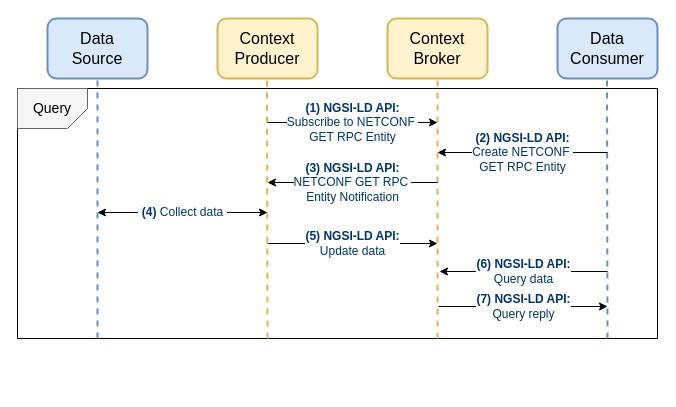
giros-dit/yang-to-ngsi-ld keeps this draw.io diagram as page "data-materialization-workflow-query" (3 of 12) of ngsi-ld/information-models/summary-workflows-ndt-network-data-acquisition-automation.drawio. Above is the earlier version. Source tidied: cells renumbered, new cells numbered last; positions are measured from the earlier drawing's top-left corner, leaving out a move shared by most shapes. Both pictures are drawn from the tidied source at 100%, with x=0, y=0 at pixel (17, 18).
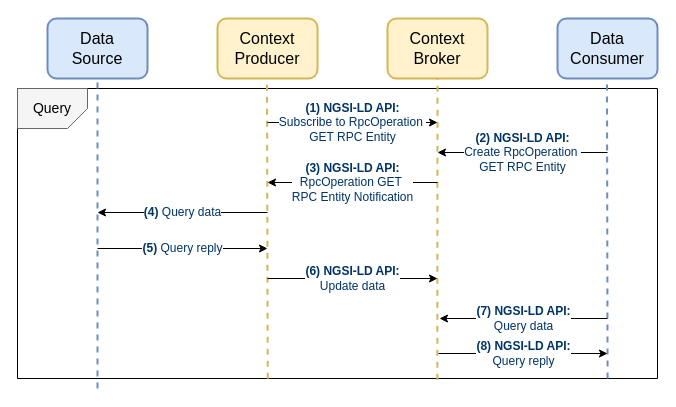
After the change.

The change refers to these unchanged cells:
```xml
<mxCell id="5" value="&lt;span style=&quot;font-weight: normal; font-size: 16px;&quot;&gt;Data&lt;br style=&quot;&quot;&gt;Source&lt;/span&gt;" style="rounded=1;whiteSpace=wrap;html=1;fillColor=#dae8fc;strokeColor=#6c8ebf;fontStyle=1;fontSize=15;strokeWidth=2;" parent="1" vertex="1">
  <mxGeometry x="30" width="100" height="60" as="geometry" />
</mxCell>
<mxCell id="15" value="Context&lt;br style=&quot;font-size: 16px;&quot;&gt;Broker" style="rounded=1;whiteSpace=wrap;html=1;fillColor=#fff2cc;strokeColor=#d6b656;fontStyle=0;fontSize=16;strokeWidth=2;" parent="1" vertex="1">
  <mxGeometry x="370" width="100" height="60" as="geometry" />
</mxCell>
```

The edit, as a diff of the source:
```diff
@@
     <mxCell id="2" style="verticalLabelPosition=bottom;verticalAlign=top;html=1;shape=mxgraph.basic.rect;fillColor2=none;strokeWidth=1;size=20;indent=5;" parent="1" vertex="1">
-      <mxGeometry y="70" width="640" height="250" as="geometry" />
+      <mxGeometry y="70" width="640" height="290" as="geometry" />
     </mxCell>
@@
     <mxCell id="7" style="endArrow=none;dashed=1;html=1;rounded=0;entryX=0.5;entryY=1;entryDx=0;entryDy=0;fillColor=#dae8fc;strokeColor=#6c8ebf;strokeWidth=2;" parent="1" edge="1" target="5">
       <mxGeometry relative="1" as="geometry">
-        <mxPoint x="80" y="320" as="sourcePoint" />
+        <mxPoint x="80" y="370" as="sourcePoint" />
       </mxGeometry>
     </mxCell>
-    <mxCell id="8" style="endArrow=none;dashed=1;html=1;rounded=0;entryX=0.5;entryY=1;entryDx=0;entryDy=0;fillColor=#dae8fc;strokeColor=#6c8ebf;strokeWidth=2;" parent="1" edge="1">
+    <mxCell id="8" style="endArrow=none;dashed=1;html=1;rounded=0;entryX=0.5;entryY=1;entryDx=0;entryDy=0;fillColor=#dae8fc;strokeColor=#6c8ebf;strokeWidth=2;exitX=0.922;exitY=1;exitDx=0;exitDy=0;exitPerimeter=0;" parent="1" edge="1" source="2">
       <mxGeometry relative="1" as="geometry">
-        <mxPoint x="590" y="320" as="sourcePoint" />
         <mxPoint x="589.5" y="60" as="targetPoint" />
       </mxGeometry>
     </mxCell>
-    <mxCell id="9" style="endArrow=none;dashed=1;html=1;rounded=0;entryX=0.5;entryY=1;entryDx=0;entryDy=0;fillColor=#fff2cc;strokeColor=#d6b656;strokeWidth=2;" parent="1" edge="1">
+    <mxCell id="9" style="endArrow=none;dashed=1;html=1;rounded=0;entryX=0.5;entryY=1;entryDx=0;entryDy=0;fillColor=#fff2cc;strokeColor=#d6b656;strokeWidth=2;exitX=0.391;exitY=1.001;exitDx=0;exitDy=0;exitPerimeter=0;" parent="1" edge="1" source="2">
       <mxGeometry relative="1" as="geometry">
-        <mxPoint x="250" y="320" as="sourcePoint" />
         <mxPoint x="249.5" y="60" as="targetPoint" />
       </mxGeometry>
     </mxCell>
-    <mxCell id="10" style="endArrow=none;dashed=1;html=1;rounded=0;fillColor=#fff2cc;strokeColor=#d6b656;strokeWidth=2;entryX=0.5;entryY=1;entryDx=0;entryDy=0;" parent="1" edge="1" target="15">
-      <mxGeometry relative="1" as="geometry">
-        <mxPoint x="420" y="320" as="sourcePoint" />
-      </mxGeometry>
+    <mxCell id="10" style="endArrow=none;dashed=1;html=1;rounded=0;fillColor=#fff2cc;strokeColor=#d6b656;strokeWidth=2;entryX=0.5;entryY=1;entryDx=0;entryDy=0;exitX=0.656;exitY=1.004;exitDx=0;exitDy=0;exitPerimeter=0;" parent="1" edge="1" source="2" target="15">
+      <mxGeometry relative="1" as="geometry" />
     </mxCell>
-    <mxCell id="11" value="&lt;font style=&quot;font-size: 12px;&quot; color=&quot;#003366&quot;&gt;&amp;nbsp;&lt;b&gt;(4)&lt;/b&gt; Collect data&amp;nbsp;&lt;/font&gt;" style="endArrow=classic;html=1;rounded=0;startArrow=classic;startFill=1;" parent="1" edge="1">
-      <mxGeometry relative="1" as="geometry">
-        <mxPoint x="80" y="194" as="sourcePoint" />
-        <mxPoint x="250" y="194" as="targetPoint" />
-      </mxGeometry>
-    </mxCell>
-    <mxCell id="12" value="&lt;font style=&quot;font-size: 12px;&quot; color=&quot;#003366&quot;&gt;&lt;b style=&quot;&quot;&gt;(5) NGSI-LD API:&lt;br&gt;&lt;/b&gt;Update data&lt;/font&gt;" style="endArrow=classic;html=1;rounded=0;" parent="1" edge="1">
+    <mxCell id="12" value="&lt;font style=&quot;font-size: 12px;&quot; color=&quot;#003366&quot;&gt;&lt;b style=&quot;&quot;&gt;(6) NGSI-LD API:&lt;br&gt;&lt;/b&gt;Update data&lt;/font&gt;" style="endArrow=classic;html=1;rounded=0;" parent="1" edge="1">
       <mxGeometry relative="1" as="geometry">
-        <mxPoint x="250" y="225" as="sourcePoint" />
-        <mxPoint x="420" y="225" as="targetPoint" />
+        <mxPoint x="250" y="260" as="sourcePoint" />
+        <mxPoint x="420" y="260" as="targetPoint" />
       </mxGeometry>
     </mxCell>
-    <mxCell id="13" value="&lt;font style=&quot;font-size: 12px;&quot; color=&quot;#003366&quot;&gt;&lt;b&gt;(6) NGSI-LD API:&lt;/b&gt;&lt;br&gt;Query data&lt;/font&gt;" style="endArrow=none;html=1;rounded=0;startArrow=classic;startFill=1;endFill=0;" parent="1" edge="1">
+    <mxCell id="13" value="&lt;font style=&quot;font-size: 12px;&quot; color=&quot;#003366&quot;&gt;&lt;b&gt;(7) NGSI-LD API:&lt;/b&gt;&lt;br&gt;Query data&lt;/font&gt;" style="endArrow=none;html=1;rounded=0;startArrow=classic;startFill=1;endFill=0;" parent="1" edge="1">
       <mxGeometry relative="1" as="geometry">
-        <mxPoint x="422" y="253" as="sourcePoint" />
-        <mxPoint x="590" y="253" as="targetPoint" />
+        <mxPoint x="422" y="300" as="sourcePoint" />
+        <mxPoint x="590" y="300" as="targetPoint" />
       </mxGeometry>
     </mxCell>
-    <mxCell id="14" value="&lt;font style=&quot;font-size: 12px;&quot; color=&quot;#003366&quot;&gt;&lt;b&gt;(7) NGSI-LD API:&lt;/b&gt;&lt;br&gt;Query reply&lt;/font&gt;" style="endArrow=classic;html=1;rounded=0;startArrow=none;startFill=0;endFill=1;" parent="1" edge="1">
+    <mxCell id="14" value="&lt;font style=&quot;font-size: 12px;&quot; color=&quot;#003366&quot;&gt;&lt;b&gt;(8) NGSI-LD API:&lt;/b&gt;&lt;br&gt;Query reply&lt;/font&gt;" style="endArrow=classic;html=1;rounded=0;startArrow=none;startFill=0;endFill=1;" parent="1" edge="1">
       <mxGeometry x="0.01" relative="1" as="geometry">
-        <mxPoint x="421" y="288" as="sourcePoint" />
-        <mxPoint x="590" y="288" as="targetPoint" />
+        <mxPoint x="421" y="335" as="sourcePoint" />
+        <mxPoint x="590" y="335" as="targetPoint" />
       </mxGeometry>
     </mxCell>
@@
-    <mxCell id="17" value="&lt;font style=&quot;font-size: 12px;&quot; color=&quot;#003366&quot;&gt;&lt;b&gt;(2) NGSI-LD API:&lt;/b&gt;&lt;br&gt;&lt;/font&gt;&lt;div&gt;&lt;font style=&quot;font-size: 12px;&quot; color=&quot;#003366&quot;&gt;Create NETCONF&amp;nbsp;&lt;/font&gt;&lt;/div&gt;&lt;div&gt;&lt;font style=&quot;font-size: 12px;&quot; color=&quot;#003366&quot;&gt;GET RPC Entity&lt;/font&gt;&lt;/div&gt;" style="endArrow=none;html=1;rounded=0;startArrow=classic;startFill=1;endFill=0;" parent="1" edge="1">
+    <mxCell id="17" value="&lt;font style=&quot;font-size: 12px;&quot; color=&quot;#003366&quot;&gt;&lt;b&gt;(2) NGSI-LD API:&lt;/b&gt;&lt;br&gt;&lt;/font&gt;&lt;div&gt;&lt;div&gt;&lt;font style=&quot;font-size: 12px;&quot; color=&quot;#003366&quot;&gt;Create&amp;nbsp;&lt;/font&gt;&lt;span style=&quot;color: rgb(0, 51, 102); font-size: 12px;&quot;&gt;RpcOperation&lt;/span&gt;&lt;font style=&quot;font-size: 12px;&quot; color=&quot;#003366&quot;&gt;&amp;nbsp;&lt;/font&gt;&lt;/div&gt;&lt;div&gt;&lt;font style=&quot;font-size: 12px;&quot; color=&quot;#003366&quot;&gt;GET RPC Entity&lt;/font&gt;&lt;/div&gt;&lt;/div&gt;" style="endArrow=none;html=1;rounded=0;startArrow=classic;startFill=1;endFill=0;" parent="1" edge="1">
       <mxGeometry relative="1" as="geometry">
         <mxPoint x="420" y="134" as="sourcePoint" />
         <mxPoint x="590" y="134" as="targetPoint" />
       </mxGeometry>
     </mxCell>
-    <mxCell id="18" value="&lt;font style=&quot;font-size: 12px;&quot;&gt;&lt;b style=&quot;color: rgb(0, 51, 102);&quot;&gt;(3) NGSI-LD API:&lt;/b&gt;&lt;br style=&quot;color: rgb(0, 51, 102);&quot;&gt;&lt;span style=&quot;color: rgb(0, 51, 102);&quot;&gt;NETCONF&amp;nbsp;&lt;/span&gt;&lt;/font&gt;&lt;span style=&quot;color: rgb(0, 51, 102); font-size: 12px;&quot;&gt;GET RPC&amp;nbsp;&lt;/span&gt;&lt;div&gt;&lt;span style=&quot;color: rgb(0, 51, 102); font-size: 12px;&quot;&gt;Entity Notification&lt;/span&gt;&lt;/div&gt;" style="endArrow=none;html=1;rounded=0;startArrow=classic;startFill=1;endFill=0;" parent="1" edge="1">
+    <mxCell id="18" value="&lt;font style=&quot;font-size: 12px;&quot;&gt;&lt;b style=&quot;color: rgb(0, 51, 102);&quot;&gt;(3) NGSI-LD API:&lt;/b&gt;&lt;br style=&quot;color: rgb(0, 51, 102);&quot;&gt;&lt;span style=&quot;color: rgb(0, 51, 102);&quot;&gt;RpcOperation&lt;/span&gt;&lt;span style=&quot;color: rgb(0, 51, 102);&quot;&gt;&amp;nbsp;&lt;/span&gt;&lt;/font&gt;&lt;span style=&quot;color: rgb(0, 51, 102); font-size: 12px;&quot;&gt;GET&amp;nbsp;&lt;/span&gt;&lt;div&gt;&lt;span style=&quot;color: rgb(0, 51, 102); font-size: 12px;&quot;&gt;RPC&amp;nbsp;&lt;/span&gt;&lt;span style=&quot;color: rgb(0, 51, 102); font-size: 12px;&quot;&gt;Entity Notification&lt;/span&gt;&lt;/div&gt;" style="endArrow=none;html=1;rounded=0;startArrow=classic;startFill=1;endFill=0;" parent="1" edge="1">
       <mxGeometry relative="1" as="geometry">
         <mxPoint x="250" y="164" as="sourcePoint" />
         <mxPoint x="420" y="164" as="targetPoint" />
       </mxGeometry>
     </mxCell>
-    <mxCell id="19" value="&lt;font style=&quot;font-size: 12px;&quot; color=&quot;#003366&quot;&gt;&lt;b style=&quot;&quot;&gt;(1) NGSI-LD API:&lt;br&gt;&lt;/b&gt;Subscribe to NETCONF&amp;nbsp;&lt;/font&gt;&lt;div&gt;&lt;font style=&quot;font-size: 12px;&quot; color=&quot;#003366&quot;&gt;GET RPC Entity&lt;/font&gt;&lt;/div&gt;" style="endArrow=classic;html=1;rounded=0;" parent="1" edge="1">
+    <mxCell id="19" value="&lt;font style=&quot;font-size: 12px;&quot; color=&quot;#003366&quot;&gt;&lt;b style=&quot;&quot;&gt;(1) NGSI-LD API:&lt;br&gt;&lt;/b&gt;&lt;/font&gt;&lt;font style=&quot;font-size: 12px;&quot; color=&quot;#003366&quot;&gt;Subscribe to&amp;nbsp;&lt;/font&gt;&lt;span style=&quot;color: rgb(0, 51, 102); font-size: 12px;&quot;&gt;RpcOperation&lt;/span&gt;&lt;font style=&quot;font-size: 12px;&quot; color=&quot;#003366&quot;&gt;&amp;nbsp;&lt;/font&gt;&lt;div&gt;&lt;font style=&quot;font-size: 12px;&quot; color=&quot;#003366&quot;&gt;GET RPC Entity&lt;/font&gt;&lt;/div&gt;" style="endArrow=classic;html=1;rounded=0;" parent="1" edge="1">
       <mxGeometry relative="1" as="geometry">
         <mxPoint x="250" y="104" as="sourcePoint" />
         <mxPoint x="420" y="104" as="targetPoint" />
       </mxGeometry>
     </mxCell>
+    <mxCell id="20" value="&lt;font style=&quot;font-size: 12px;&quot;&gt;&lt;b style=&quot;color: rgb(0, 51, 102);&quot;&gt;(5) &lt;/b&gt;&lt;span style=&quot;color: rgb(0, 51, 102);&quot;&gt;Query reply&lt;/span&gt;&lt;/font&gt;" style="endArrow=classic;html=1;rounded=0;startArrow=none;startFill=0;endFill=1;" parent="1" edge="1">
+      <mxGeometry relative="1" as="geometry">
+        <mxPoint x="80" y="230" as="sourcePoint" />
+        <mxPoint x="250" y="230" as="targetPoint" />
+      </mxGeometry>
+    </mxCell>
+    <mxCell id="21" value="&lt;font style=&quot;font-size: 12px;&quot;&gt;&lt;b style=&quot;color: rgb(0, 51, 102);&quot;&gt;(4) &lt;/b&gt;&lt;span style=&quot;color: rgb(0, 51, 102);&quot;&gt;Query data&lt;/span&gt;&lt;/font&gt;" style="endArrow=none;html=1;rounded=0;startArrow=classic;startFill=1;endFill=0;" parent="1" edge="1">
+      <mxGeometry relative="1" as="geometry">
+        <mxPoint x="80" y="194" as="sourcePoint" />
+        <mxPoint x="250" y="194" as="targetPoint" />
+      </mxGeometry>
+    </mxCell>
```
